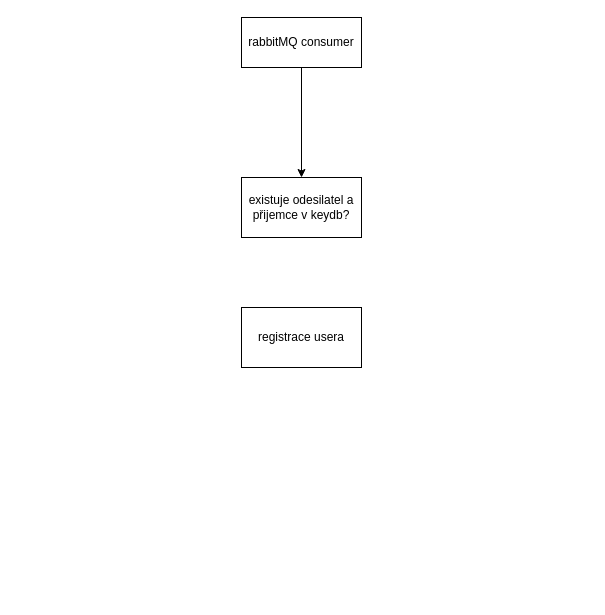
Before: Diagram bez názvu.drawio in vhelmer/draw, a draw.io diagram. Source tidied: cells renumbered, new cells numbered last; positions are measured from the earlier drawing's top-left corner, leaving out a move shared by most shapes. Both pictures are drawn from the tidied source at 100%, with x=0, y=0 at pixel (241, 17).
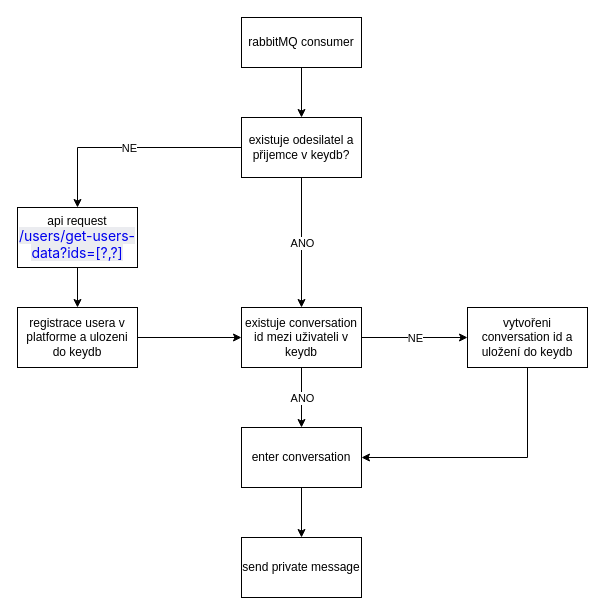
After the change.

The edit, as a diff of the source:
```diff
@@
     <mxCell id="4" value="existuje odesilatel a přijemce v keydb?" style="rounded=0;whiteSpace=wrap;html=1;" parent="1" vertex="1">
-      <mxGeometry y="160" width="120" height="60" as="geometry" />
+      <mxGeometry y="100" width="120" height="60" as="geometry" />
     </mxCell>
+    <mxCell id="6" style="edgeStyle=orthogonalEdgeStyle;rounded=0;jettySize=auto;html=1;exitX=0.5;exitY=1;exitDx=0;exitDy=0;entryX=0.5;entryY=0;entryDx=0;entryDy=0;" parent="1" edge="1" source="5" target="16">
+      <mxGeometry relative="1" as="geometry" />
+    </mxCell>
-    <mxCell id="5" value="registrace usera" style="rounded=0;whiteSpace=wrap;html=1;" parent="1" vertex="1">
-      <mxGeometry y="290" width="120" height="60" as="geometry" />
+    <mxCell id="5" value="api request&lt;br&gt;&lt;a style=&quot;text-decoration-line: none; font-family: -apple-system, BlinkMacSystemFont, &amp;quot;Segoe UI&amp;quot;, Roboto, Oxygen, Ubuntu, &amp;quot;Fira Sans&amp;quot;, &amp;quot;Droid Sans&amp;quot;, &amp;quot;Helvetica Neue&amp;quot;, sans-serif; font-size: 14px; letter-spacing: -0.07px; text-align: start; background-color: rgb(235, 236, 240);&quot; class=&quot;css-tgpl01&quot; title=&quot;https://api.azet.work/users/get-users-data?ids=[2,39,7,12246]&quot; href=&quot;https://api.azet.work/users/get-users-data?ids=[2,39,7,12246]&quot;&gt;/users/get-users-data?ids=[?,?]&lt;/a&gt;" style="rounded=0;whiteSpace=wrap;html=1;" parent="1" vertex="1">
+      <mxGeometry x="-224" y="190" width="120" height="60" as="geometry" />
     </mxCell>
+    <mxCell id="7" style="endArrow=classic;html=1;rounded=0;exitX=0;exitY=0.5;exitDx=0;exitDy=0;entryX=0.5;entryY=0;entryDx=0;entryDy=0;" parent="1" edge="1" source="4" target="5">
+      <mxGeometry relative="1" as="geometry">
+        <Array as="points">
+          <mxPoint x="-164" y="130" />
+        </Array>
+      </mxGeometry>
+    </mxCell>
+    <mxCell id="8" value="NE" style="edgeLabel;html=1;align=center;verticalAlign=middle;" parent="7" vertex="1">
+      <mxGeometry relative="1" as="geometry" />
+    </mxCell>
+    <mxCell id="9" value="existuje conversation id mezi uživateli v keydb" style="rounded=0;whiteSpace=wrap;html=1;" parent="1" vertex="1">
+      <mxGeometry y="290" width="120" height="60" as="geometry" />
+    </mxCell>
+    <mxCell id="10" style="edgeStyle=orthogonalEdgeStyle;rounded=0;jettySize=auto;html=1;exitX=0.5;exitY=1;exitDx=0;exitDy=0;entryX=1;entryY=0.5;entryDx=0;entryDy=0;" parent="1" edge="1" source="11" target="13">
+      <mxGeometry relative="1" as="geometry" />
+    </mxCell>
+    <mxCell id="11" value="vytvořeni conversation id a uložení do keydb" style="rounded=0;whiteSpace=wrap;html=1;" parent="1" vertex="1">
+      <mxGeometry x="226" y="290" width="120" height="60" as="geometry" />
+    </mxCell>
+    <mxCell id="12" style="edgeStyle=orthogonalEdgeStyle;rounded=0;jettySize=auto;html=1;exitX=0.5;exitY=1;exitDx=0;exitDy=0;entryX=0.5;entryY=0;entryDx=0;entryDy=0;" parent="1" edge="1" source="13" target="14">
+      <mxGeometry relative="1" as="geometry" />
+    </mxCell>
+    <mxCell id="13" value="enter conversation" style="rounded=0;whiteSpace=wrap;html=1;" parent="1" vertex="1">
+      <mxGeometry y="410" width="120" height="60" as="geometry" />
+    </mxCell>
+    <mxCell id="14" value="send private message" style="rounded=0;whiteSpace=wrap;html=1;" parent="1" vertex="1">
+      <mxGeometry y="520" width="120" height="60" as="geometry" />
+    </mxCell>
+    <mxCell id="15" style="edgeStyle=orthogonalEdgeStyle;rounded=0;jettySize=auto;html=1;exitX=1;exitY=0.5;exitDx=0;exitDy=0;entryX=0;entryY=0.5;entryDx=0;entryDy=0;" parent="1" edge="1" source="16" target="9">
+      <mxGeometry relative="1" as="geometry" />
+    </mxCell>
+    <mxCell id="16" value="registrace usera v platforme a ulozeni do keydb" style="rounded=0;whiteSpace=wrap;html=1;" parent="1" vertex="1">
+      <mxGeometry x="-224" y="290" width="120" height="60" as="geometry" />
+    </mxCell>
+    <mxCell id="17" style="endArrow=classic;html=1;rounded=0;exitX=0.5;exitY=1;exitDx=0;exitDy=0;entryX=0.5;entryY=0;entryDx=0;entryDy=0;" parent="1" edge="1" source="4" target="9">
+      <mxGeometry relative="1" as="geometry" />
+    </mxCell>
+    <mxCell id="18" value="ANO" style="edgeLabel;html=1;align=center;verticalAlign=middle;" parent="17" vertex="1">
+      <mxGeometry relative="1" as="geometry" />
+    </mxCell>
+    <mxCell id="19" style="endArrow=classic;html=1;rounded=0;entryX=0;entryY=0.5;entryDx=0;entryDy=0;exitX=1;exitY=0.5;exitDx=0;exitDy=0;" parent="1" edge="1" source="9" target="11">
+      <mxGeometry relative="1" as="geometry" />
+    </mxCell>
+    <mxCell id="20" value="NE" style="edgeLabel;html=1;align=center;verticalAlign=middle;" parent="19" vertex="1">
+      <mxGeometry relative="1" as="geometry" />
+    </mxCell>
+    <mxCell id="21" style="endArrow=classic;html=1;rounded=0;exitX=0.5;exitY=1;exitDx=0;exitDy=0;entryX=0.5;entryY=0;entryDx=0;entryDy=0;" parent="1" edge="1" source="9" target="13">
+      <mxGeometry relative="1" as="geometry" />
+    </mxCell>
+    <mxCell id="22" value="ANO" style="edgeLabel;html=1;align=center;verticalAlign=middle;" parent="21" vertex="1">
+      <mxGeometry relative="1" as="geometry" />
+    </mxCell>
```
